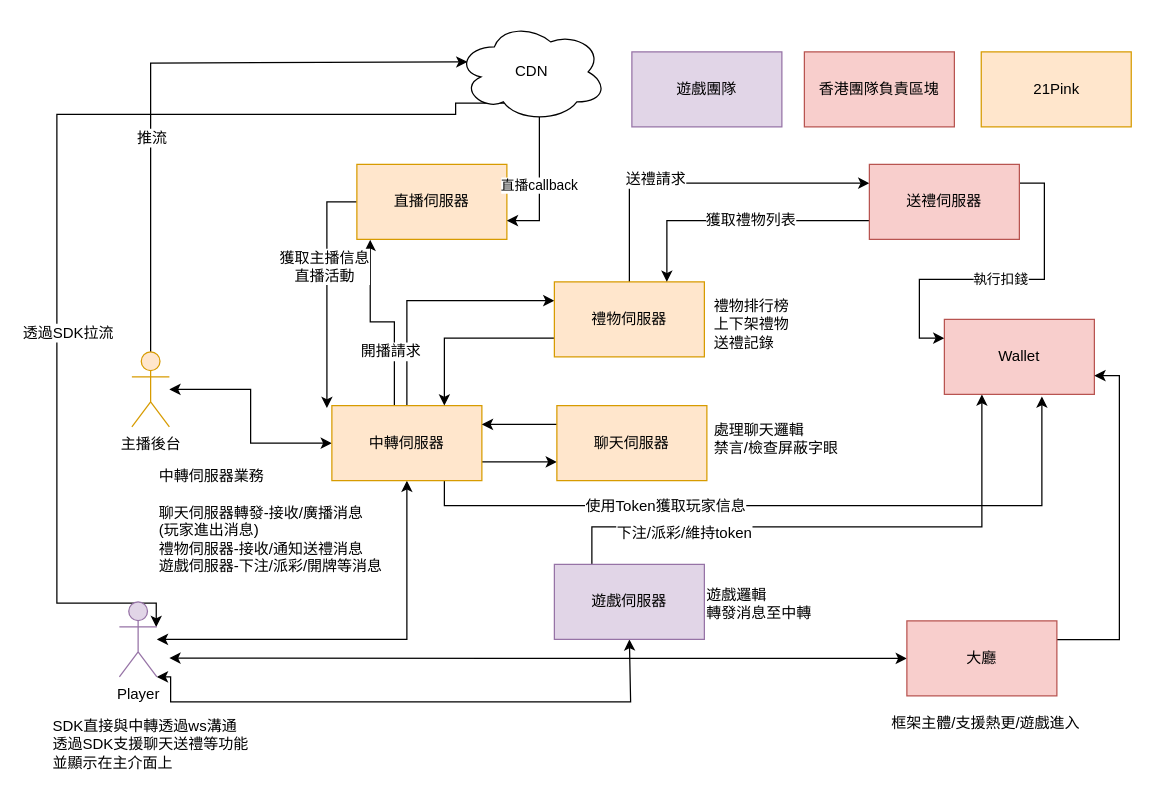
Before: Untitled Diagram.drawio in ryanCool/middlewareModule, a draw.io diagram. Source tidied: cells renumbered, new cells numbered last; positions are measured from the earlier drawing's top-left corner, leaving out a move shared by most shapes. Both pictures are drawn from the tidied source at 125%, with x=0, y=0 at pixel (50, 21).
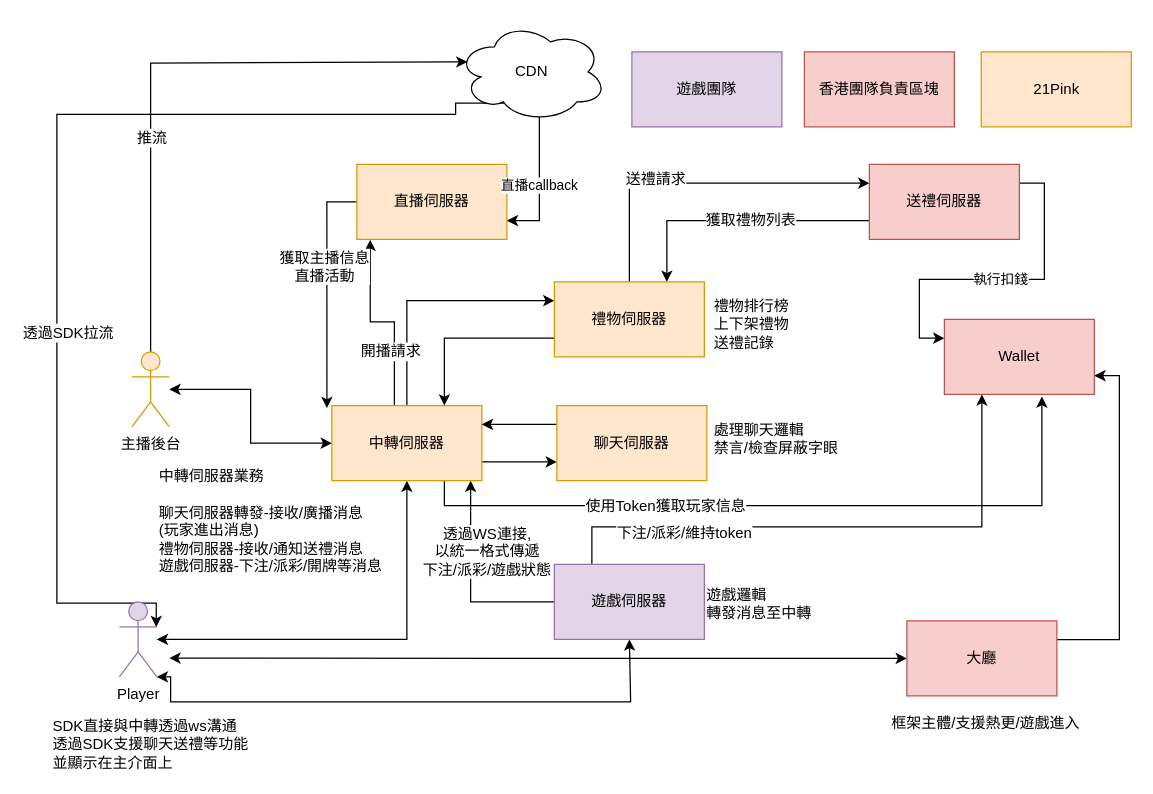
The same page after the edit.

Unchanged cells that the change refers to:
```xml
<mxCell id="20" value="中轉伺服器" style="rounded=0;whiteSpace=wrap;html=1;fillColor=#ffe6cc;strokeColor=#d79b00;" parent="1" vertex="1">
  <mxGeometry x="225" y="307" width="120" height="60" as="geometry" />
</mxCell>
<mxCell id="31" value="遊戲伺服器" style="rounded=0;whiteSpace=wrap;html=1;fillColor=#e1d5e7;strokeColor=#9673a6;" parent="1" vertex="1">
  <mxGeometry x="403" y="434" width="120" height="60" as="geometry" />
</mxCell>
```

What changed in the source:
```diff
@@
+    <mxCell id="49" style="edgeStyle=orthogonalEdgeStyle;rounded=0;jettySize=auto;html=1;exitX=0;exitY=0.5;exitDx=0;exitDy=0;entryX=0.925;entryY=1;entryDx=0;entryDy=0;entryPerimeter=0;" parent="1" edge="1" source="31" target="20">
+      <mxGeometry relative="1" as="geometry" />
+    </mxCell>
+    <mxCell id="50" value="透過WS連接,&lt;br&gt;以統一格式傳遞&lt;br&gt;下注/派彩/遊戲狀態" style="text;html=1;align=center;verticalAlign=middle;labelBackgroundColor=#ffffff;" parent="49" vertex="1">
+      <mxGeometry x="-0.18" y="-20" relative="1" as="geometry">
+        <mxPoint x="-8" y="-41" as="offset" />
+      </mxGeometry>
+    </mxCell>
```
